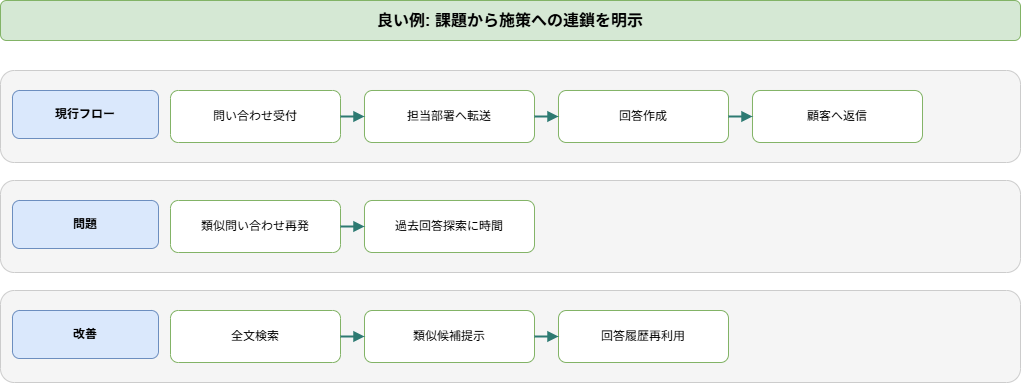
Above: docs/zukai-drill/data/diagrams/contact-handling-improvement_good-diagram.drawio.png in kaku3/workbooks (draw.io), before the change. Source tidied: cells renumbered, new cells last; positions are measured from the earlier drawing's top-left corner, leaving out a move shared by most shapes.
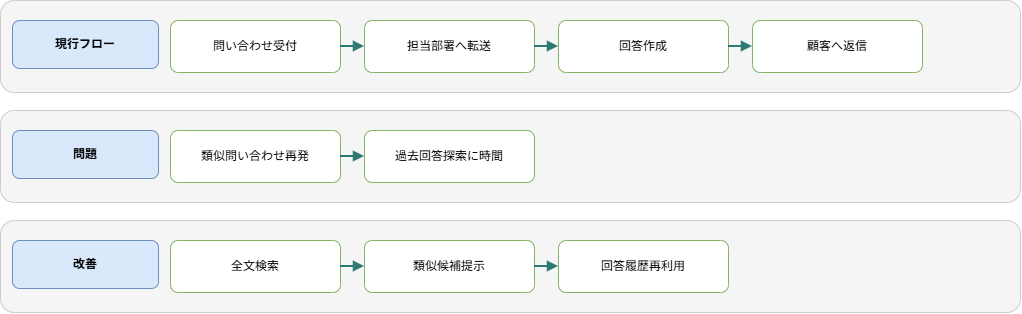
The same file after the commit.

Change to the diagram source:
```diff
@@ -2,9 +2,6 @@
   <root>
     <mxCell id="0" />
     <mxCell id="1" parent="0" />
-    <mxCell id="2" value="良い例: 課題から施策への連鎖を明示" style="rounded=1;whiteSpace=wrap;html=1;fillColor=#d5e8d4;strokeColor=#82b366;fontSize=16;fontStyle=1;" parent="1" vertex="1">
-      <mxGeometry width="1020" height="40" as="geometry" />
-    </mxCell>
     <mxCell id="3" style="rounded=1;whiteSpace=wrap;html=1;fillColor=#f5f5f5;strokeColor=#cccccc;" parent="1" vertex="1">
       <mxGeometry y="70" width="1020" height="92" as="geometry" />
     </mxCell>
```
